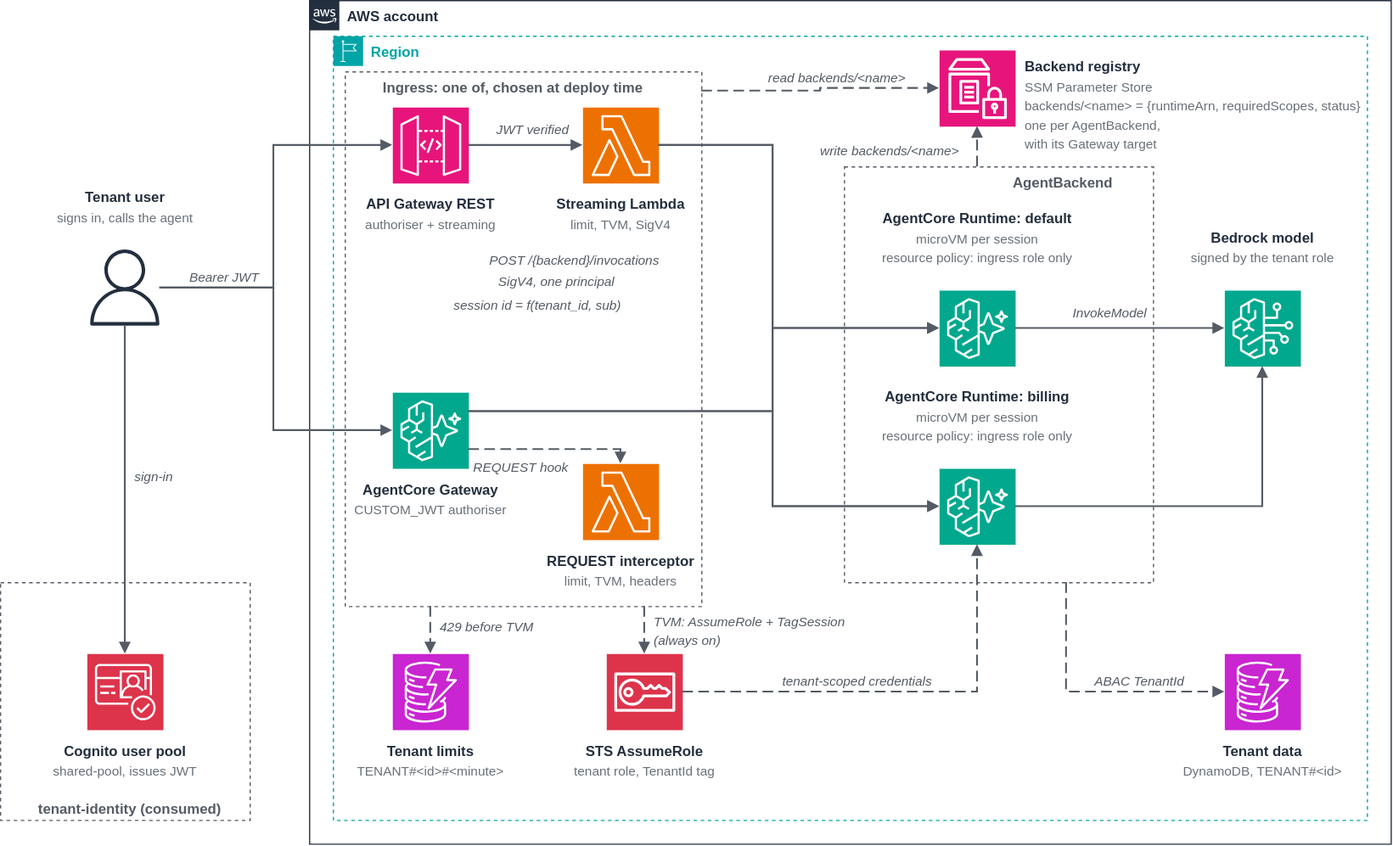
Earlier version of the draw.io export samples/agentic-runtime-isolation/diagrams/runtime-isolation.drawio.svg (aws-samples/sample-agentic-ai-acceleration-patterns). Source tidied: cells renumbered, new cells last; positions are measured from the earlier drawing's top-left corner, leaving out a move shared by most shapes.
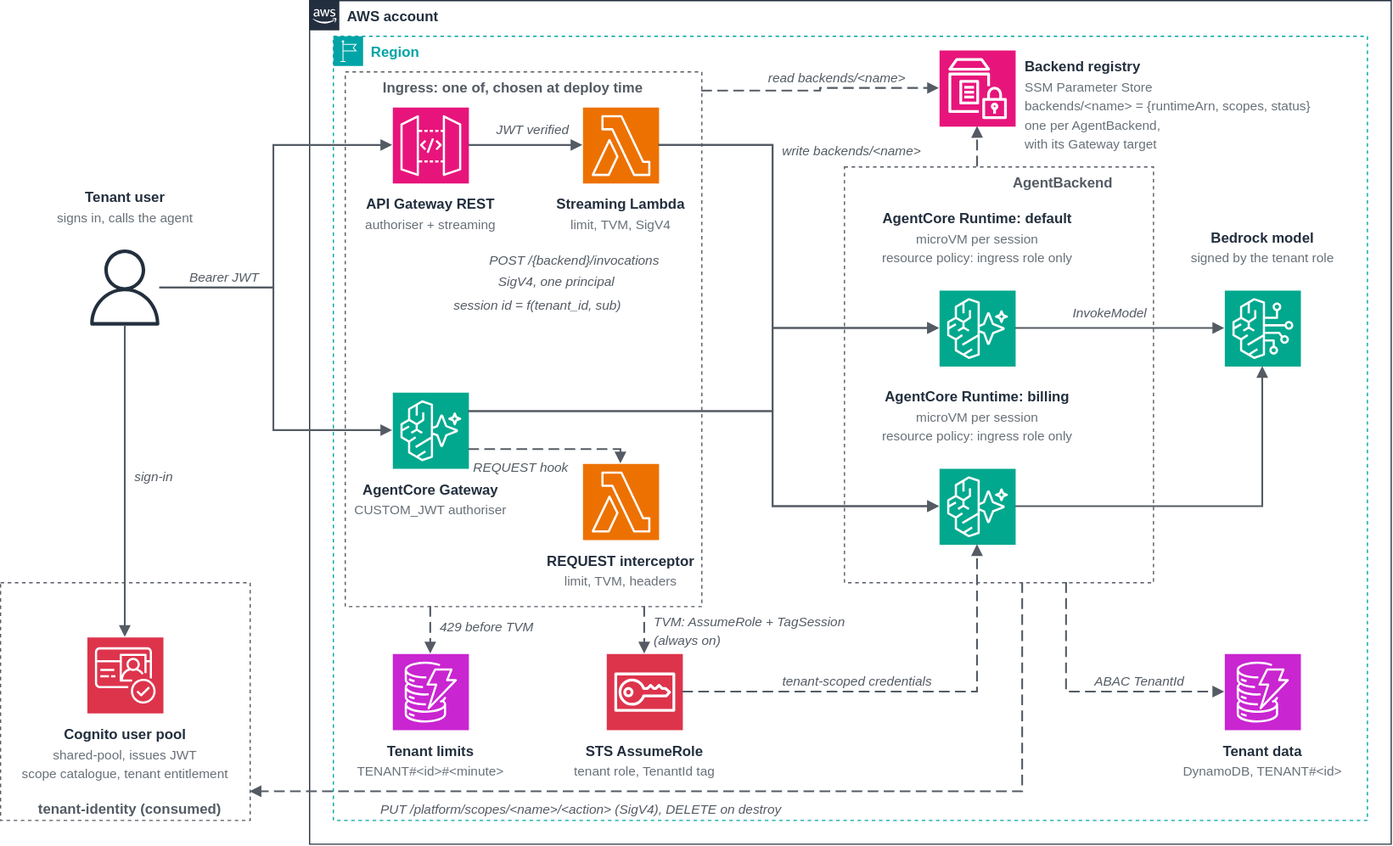
After the commit.

Change to the diagram source:
```diff
@@ -27,13 +27,13 @@
       <mxGeometry x="14" y="172" width="182" height="16" as="geometry" />
     </mxCell>
     <mxCell id="10" style="sketch=0;outlineConnect=0;fontColor=#232F3E;fillColor=#DD344C;strokeColor=#ffffff;dashed=0;html=0;fontSize=11;fontStyle=0;noLabel=1;shape=mxgraph.aws4.resourceIcon;resIcon=mxgraph.aws4.cognito;" parent="1" vertex="1">
-      <mxGeometry x="73" y="550" width="64" height="64" as="geometry" />
+      <mxGeometry x="73" y="536" width="64" height="64" as="geometry" />
     </mxCell>
     <mxCell id="11" value="Cognito user pool" style="text;html=0;align=center;verticalAlign=top;fontSize=12;fontStyle=1;fontColor=#232F3E;spacing=0;spacingTop=0;" parent="1" vertex="1">
-      <mxGeometry x="36" y="620" width="138" height="18" as="geometry" />
+      <mxGeometry x="36" y="606" width="138" height="18" as="geometry" />
     </mxCell>
     <mxCell id="12" value="shared-pool, issues JWT" style="text;html=0;align=center;verticalAlign=top;fontSize=11;fontStyle=0;fontColor=#687078;spacing=0;spacingTop=0;" parent="1" vertex="1">
-      <mxGeometry x="20.5" y="638" width="169" height="16" as="geometry" />
+      <mxGeometry x="20.5" y="624" width="169" height="16" as="geometry" />
     </mxCell>
     <mxCell id="13" style="sketch=0;outlineConnect=0;fontColor=#232F3E;fillColor=#E7157B;strokeColor=#ffffff;dashed=0;html=0;fontSize=11;fontStyle=0;noLabel=1;shape=mxgraph.aws4.resourceIcon;resIcon=mxgraph.aws4.api_gateway;" parent="1" vertex="1">
       <mxGeometry x="330" y="90" width="64" height="64" as="geometry" />
@@ -107,7 +107,7 @@
     <mxCell id="36" value="SSM Parameter Store" style="text;html=0;align=left;verticalAlign=top;fontSize=11;fontStyle=0;fontColor=#687078;spacing=0;spacingTop=0;" parent="1" vertex="1">
       <mxGeometry x="862" y="62" width="200" height="16" as="geometry" />
     </mxCell>
-    <mxCell id="37" value="backends/&lt;name&gt; = {runtimeArn, requiredScopes, status}" style="text;html=0;align=left;verticalAlign=top;fontSize=11;fontStyle=0;fontColor=#687078;spacing=0;spacingTop=0;" parent="1" vertex="1">
+    <mxCell id="37" value="backends/&lt;name&gt; = {runtimeArn, scopes, status}" style="text;html=0;align=left;verticalAlign=top;fontSize=11;fontStyle=0;fontColor=#687078;spacing=0;spacingTop=0;" parent="1" vertex="1">
       <mxGeometry x="862" y="78" width="280" height="16" as="geometry" />
     </mxCell>
     <mxCell id="38" value="one per AgentBackend," style="text;html=0;align=left;verticalAlign=top;fontSize=11;fontStyle=0;fontColor=#687078;spacing=0;spacingTop=0;" parent="1" vertex="1">
@@ -254,7 +254,7 @@
       <mxGeometry relative="1" as="geometry" />
     </mxCell>
     <mxCell id="73" value="write backends/&lt;name&gt;" style="text;html=0;align=left;verticalAlign=top;fontSize=11;fontStyle=2;fontColor=#545B64;spacing=0;spacingTop=0;" parent="1" vertex="1">
-      <mxGeometry x="690" y="116" width="155" height="16" as="geometry" />
+      <mxGeometry x="658" y="116" width="155" height="16" as="geometry" />
     </mxCell>
     <mxCell id="74" style="edgeStyle=orthogonalEdgeStyle;rounded=0;html=0;strokeColor=#545B64;strokeWidth=1.5;endArrow=block;endFill=1;exitX=0.24;exitY=1;entryX=0.5;entryY=0;dashed=1;dashPattern=6 3;" parent="1" edge="1" source="4" target="46">
       <mxGeometry relative="1" as="geometry" />
@@ -291,5 +291,19 @@
     <mxCell id="82" value="ABAC TenantId" style="text;html=0;align=center;verticalAlign=top;fontSize=11;fontStyle=2;fontColor=#545B64;spacing=0;spacingTop=0;" parent="1" vertex="1">
       <mxGeometry x="908" y="562" width="101" height="16" as="geometry" />
     </mxCell>
+    <mxCell id="83" style="edgeStyle=orthogonalEdgeStyle;rounded=0;html=0;strokeColor=#545B64;strokeWidth=1.5;endArrow=block;endFill=1;exitX=0.577;exitY=1;entryX=1;entryY=0.88;dashed=1;dashPattern=6 3;" parent="1" edge="1" source="6" target="5">
+      <mxGeometry relative="1" as="geometry">
+        <Array as="points">
+          <mxPoint x="860" y="666" />
+          <mxPoint x="240" y="666" />
+        </Array>
+      </mxGeometry>
+    </mxCell>
+    <mxCell id="84" value="PUT /platform/scopes/&lt;name&gt;/&lt;action&gt; (SigV4), DELETE on destroy" style="text;html=0;align=left;verticalAlign=top;fontSize=11;fontStyle=2;fontColor=#545B64;spacing=0;spacingTop=0;" parent="1" vertex="1">
+      <mxGeometry x="320" y="670" width="380" height="16" as="geometry" />
+    </mxCell>
+    <mxCell id="85" value="scope catalogue, tenant entitlement" style="text;html=0;align=center;verticalAlign=top;fontSize=11;fontStyle=0;fontColor=#687078;spacing=0;spacingTop=0;" parent="1" vertex="1">
+      <mxGeometry x="10" y="640" width="190" height="16" as="geometry" />
+    </mxCell>
   </root>
 </mxGraphModel>
```
